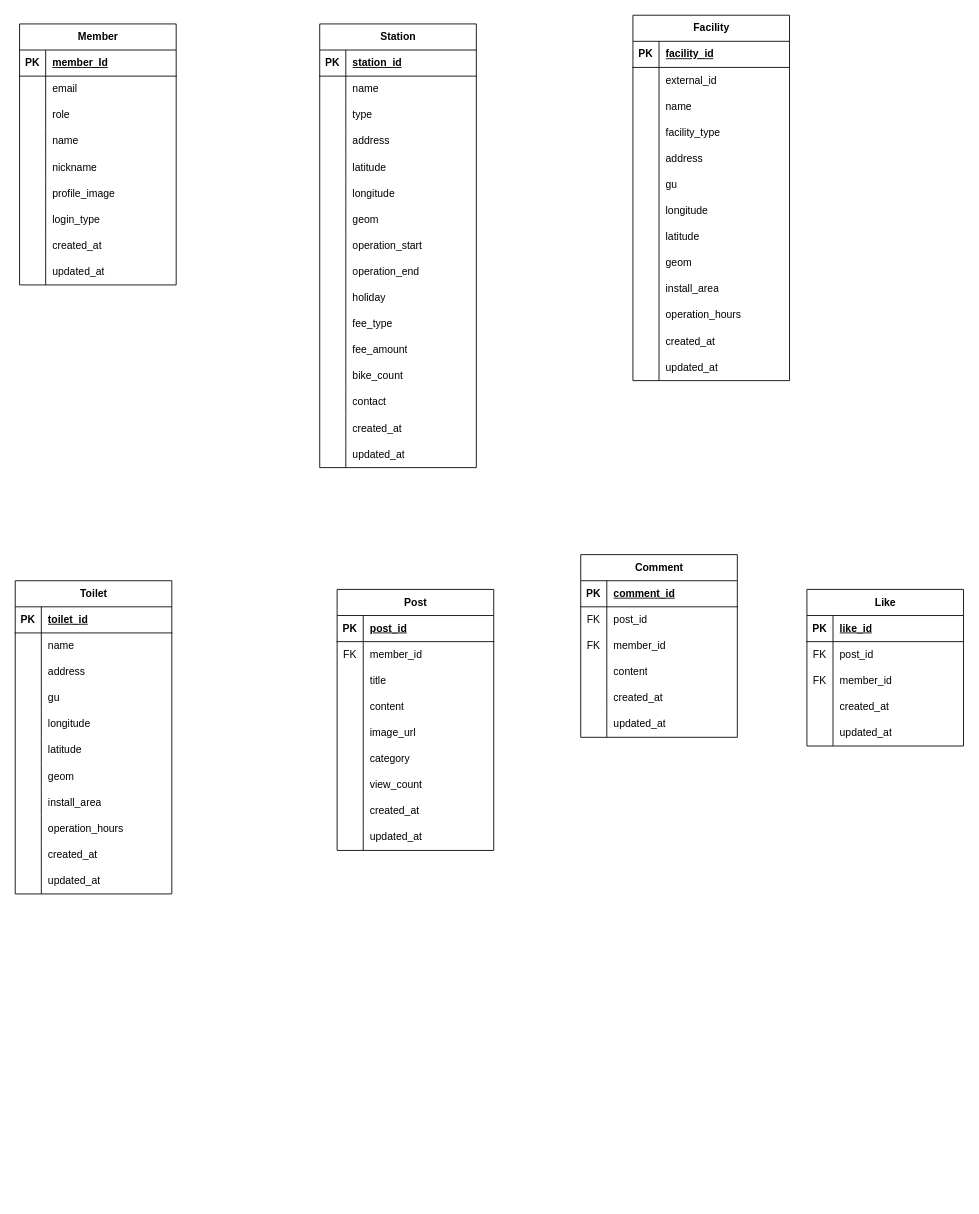
Earlier version of the draw.io diagram SessakBoriERD.drawio (2025-All4Land-RideOn/ERD). Source tidied: cells renumbered, new cells numbered last; positions are measured from the earlier drawing's top-left corner, leaving out a move shared by most shapes. Both pictures are drawn from the tidied source at 87%, with x=0, y=0 at pixel (15, 15).
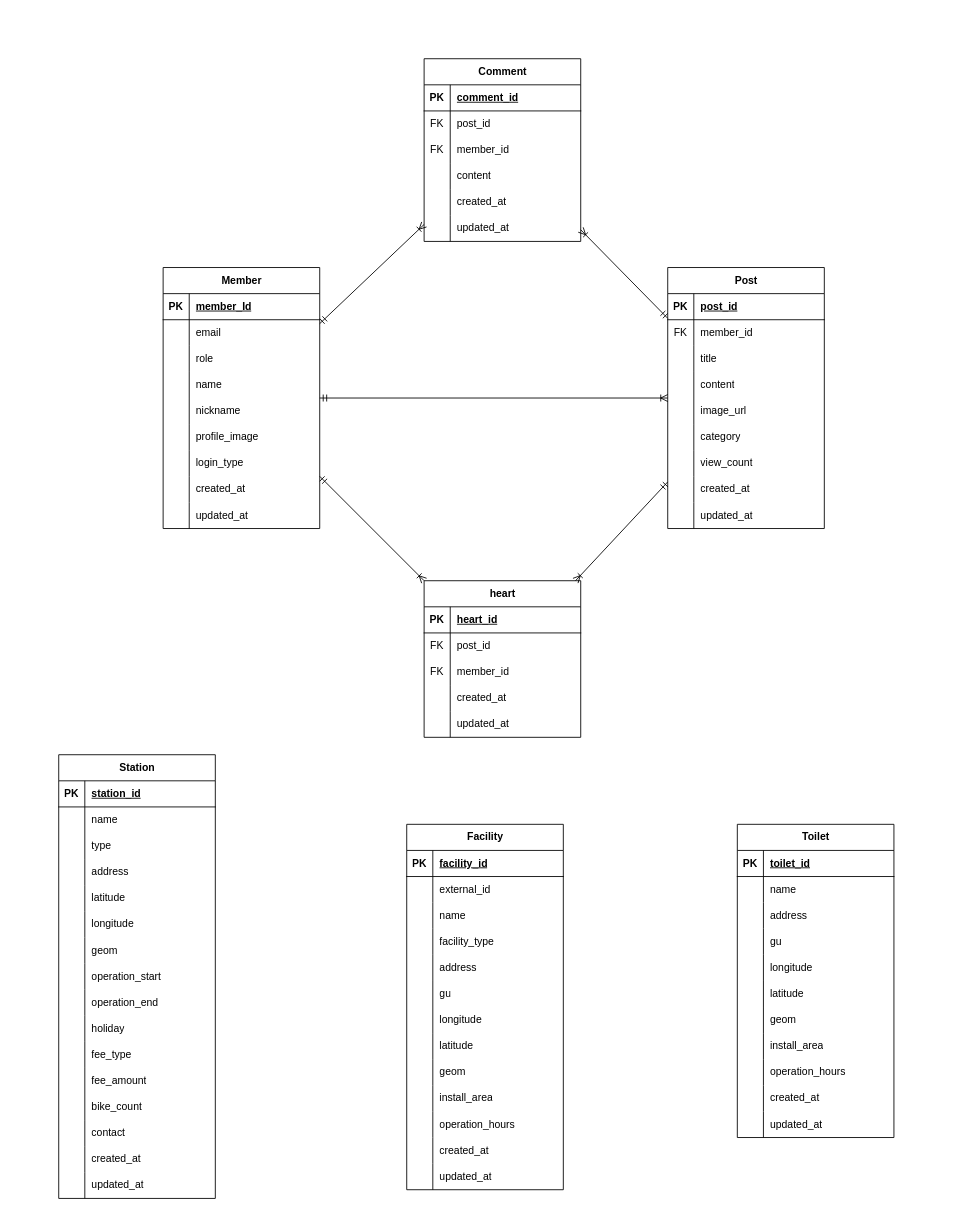
Above is the later version.

Commit message:
docs: 테이블 관계 매핑 완료

Unchanged cells that the change refers to:
```xml
<mxCell id="201" style="shape=tableRow;horizontal=0;startSize=0;swimlaneHead=0;swimlaneBody=0;fillColor=none;top=0;left=0;right=0;bottom=1;" parent="200" vertex="1">
  <mxGeometry y="30" width="180" height="30" as="geometry" />
</mxCell>
```

Diff of the diagram source:
```diff
@@
     <mxCell id="2" value="Member" style="shape=table;startSize=30;childLayout=tableLayout;rowLines=0;fontStyle=1;align=center;html=1;" parent="1" vertex="1">
-      <mxGeometry x="5" y="10" width="180" height="300" as="geometry" />
+      <mxGeometry x="170" y="290" width="180" height="300" as="geometry" />
     </mxCell>
@@
     <mxCell id="30" value="Station" style="shape=table;startSize=30;childLayout=tableLayout;rowLines=0;fontStyle=1;align=center;html=1;" parent="1" vertex="1">
-      <mxGeometry x="350" y="10" width="180" height="510" as="geometry" />
+      <mxGeometry x="50" y="850" width="180" height="510" as="geometry" />
     </mxCell>
@@
     <mxCell id="79" value="Facility" style="shape=table;startSize=30;childLayout=tableLayout;rowLines=0;fontStyle=1;align=center;html=1;" parent="1" vertex="1">
-      <mxGeometry x="710" width="180" height="420" as="geometry" />
+      <mxGeometry x="450" y="930" width="180" height="420" as="geometry" />
     </mxCell>
@@
     <mxCell id="119" value="Toilet" style="shape=table;startSize=30;childLayout=tableLayout;rowLines=0;fontStyle=1;align=center;html=1;" parent="1" vertex="1">
-      <mxGeometry y="650" width="180" height="360" as="geometry" />
+      <mxGeometry x="830" y="930" width="180" height="360" as="geometry" />
     </mxCell>
@@
     <mxCell id="153" value="Post" style="shape=table;startSize=30;childLayout=tableLayout;rowLines=0;fontStyle=1;align=center;html=1;" parent="1" vertex="1">
-      <mxGeometry x="370" y="660" width="180" height="300" as="geometry" />
+      <mxGeometry x="750" y="290" width="180" height="300" as="geometry" />
     </mxCell>
@@
     <mxCell id="181" value="Comment" style="shape=table;startSize=30;childLayout=tableLayout;rowLines=0;fontStyle=1;align=center;html=1;" parent="1" vertex="1">
-      <mxGeometry x="650" y="620" width="180" height="210" as="geometry" />
+      <mxGeometry x="470" y="50" width="180" height="210" as="geometry" />
     </mxCell>
@@
-    <mxCell id="200" value="Like" style="shape=table;startSize=30;childLayout=tableLayout;rowLines=0;fontStyle=1;align=center;html=1;" parent="1" vertex="1">
-      <mxGeometry x="910" y="660" width="180" height="180" as="geometry" />
+    <mxCell id="200" value="heart" style="shape=table;startSize=30;childLayout=tableLayout;rowLines=0;fontStyle=1;align=center;html=1;" parent="1" vertex="1">
+      <mxGeometry x="470" y="650" width="180" height="180" as="geometry" />
     </mxCell>
@@
-    <mxCell id="203" value="like_id" style="shape=partialRectangle;fillColor=none;top=0;left=0;bottom=0;right=0;align=left;spacingLeft=6;fontStyle=5;overflow=hidden;whiteSpace=wrap;html=1;" parent="201" vertex="1">
+    <mxCell id="203" value="heart_id" style="shape=partialRectangle;fillColor=none;top=0;left=0;bottom=0;right=0;align=left;spacingLeft=6;fontStyle=5;overflow=hidden;whiteSpace=wrap;html=1;" parent="201" vertex="1">
       <mxGeometry x="30" width="150" height="30" as="geometry" />
     </mxCell>
@@
+    <mxCell id="216" style="fontSize=12;html=1;endArrow=ERoneToMany;startArrow=ERmandOne;rounded=0;" parent="1" edge="1" source="2" target="153">
+      <mxGeometry relative="1" as="geometry" />
+    </mxCell>
+    <mxCell id="217" style="fontSize=12;html=1;endArrow=ERoneToMany;startArrow=ERmandOne;rounded=0;" parent="1" edge="1" source="153" target="181">
+      <mxGeometry relative="1" as="geometry" />
+    </mxCell>
+    <mxCell id="218" style="fontSize=12;html=1;endArrow=ERoneToMany;startArrow=ERmandOne;rounded=0;" parent="1" edge="1" source="2" target="200">
+      <mxGeometry relative="1" as="geometry" />
+    </mxCell>
+    <mxCell id="219" style="fontSize=12;html=1;endArrow=ERoneToMany;startArrow=ERmandOne;rounded=0;" parent="1" edge="1" source="2" target="181">
+      <mxGeometry relative="1" as="geometry" />
+    </mxCell>
+    <mxCell id="220" style="fontSize=12;html=1;endArrow=ERoneToMany;startArrow=ERmandOne;rounded=0;" parent="1" edge="1" source="153" target="200">
+      <mxGeometry relative="1" as="geometry" />
+    </mxCell>
```
